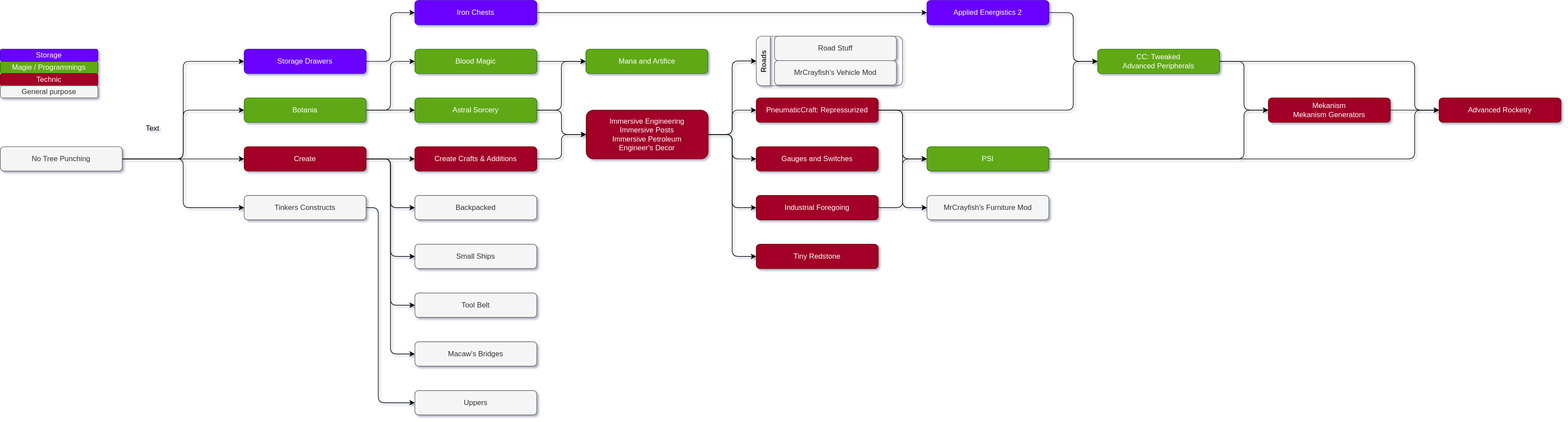
Above: Progressionline.svg in Argon42043/Fabricage (draw.io), before the change. Source tidied: cells renumbered, new cells last; positions are measured from the earlier drawing's top-left corner, leaving out a move shared by most shapes.
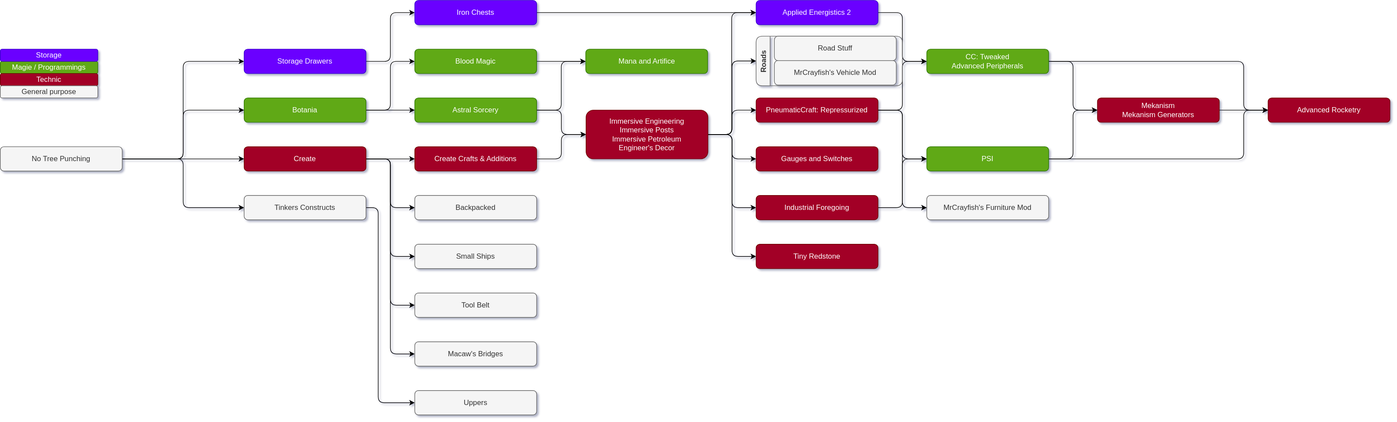
After the change.

Diff of the diagram source:
```diff
@@ -8,22 +8,22 @@
     <mxCell id="3" style="edgeStyle=orthogonalEdgeStyle;jettySize=auto;html=1;exitX=1;exitY=0.5;exitDx=0;exitDy=0;entryX=0;entryY=0.5;entryDx=0;entryDy=0;fontFamily=Helvetica;" parent="1" edge="1" source="4" target="5">
       <mxGeometry relative="1" as="geometry">
         <Array as="points">
-          <mxPoint x="2320" y="100" />
-          <mxPoint x="2320" y="180" />
+          <mxPoint x="2040" y="100" />
+          <mxPoint x="2040" y="180" />
         </Array>
       </mxGeometry>
     </mxCell>
     <mxCell id="4" value="CC: Tweaked&lt;br&gt;Advanced Peripherals" style="whiteSpace=wrap;html=1;fontFamily=Helvetica;fillColor=#60a917;strokeColor=#2D7600;fontColor=#ffffff;rounded=1;" parent="1" vertex="1">
-      <mxGeometry x="1800" y="80" width="200" height="40" as="geometry" />
+      <mxGeometry x="1520" y="80" width="200" height="40" as="geometry" />
     </mxCell>
     <mxCell id="5" value="Advanced Rocketry" style="whiteSpace=wrap;html=1;fontFamily=Helvetica;fillColor=#a20025;strokeColor=#6F0000;fontColor=#ffffff;rounded=1;" parent="1" vertex="1">
-      <mxGeometry x="2360" y="160" width="200" height="40" as="geometry" />
+      <mxGeometry x="2080" y="160" width="200" height="40" as="geometry" />
     </mxCell>
     <mxCell id="6" style="edgeStyle=orthogonalEdgeStyle;jettySize=auto;html=1;exitX=1;exitY=0.5;exitDx=0;exitDy=0;entryX=0;entryY=0.5;entryDx=0;entryDy=0;fontFamily=Helvetica;" parent="1" edge="1" source="7" target="4">
       <mxGeometry relative="1" as="geometry" />
     </mxCell>
     <mxCell id="7" value="Applied Energistics 2" style="whiteSpace=wrap;html=1;fontFamily=Helvetica;fillColor=#6a00ff;strokeColor=#3700CC;fontColor=#ffffff;rounded=1;" parent="1" vertex="1">
-      <mxGeometry x="1520" width="200" height="40" as="geometry" />
+      <mxGeometry x="1240" width="200" height="40" as="geometry" />
     </mxCell>
     <mxCell id="8" style="edgeStyle=orthogonalEdgeStyle;jettySize=auto;html=1;exitX=1;exitY=0.5;exitDx=0;exitDy=0;entryX=0;entryY=0.5;entryDx=0;entryDy=0;fontFamily=Helvetica;" parent="1" edge="1" source="10" target="29">
       <mxGeometry relative="1" as="geometry" />
@@ -88,6 +88,14 @@
     <mxCell id="28" style="edgeStyle=orthogonalEdgeStyle;jettySize=auto;html=1;exitX=1;exitY=0.5;exitDx=0;exitDy=0;entryX=0;entryY=0.5;entryDx=0;entryDy=0;" parent="1" edge="1" source="29" target="63">
       <mxGeometry relative="1" as="geometry" />
     </mxCell>
+    <mxCell id="69" style="edgeStyle=orthogonalEdgeStyle;jettySize=auto;html=1;exitX=1;exitY=0.5;exitDx=0;exitDy=0;entryX=0;entryY=0.5;entryDx=0;entryDy=0;" parent="1" edge="1" source="29" target="7">
+      <mxGeometry relative="1" as="geometry">
+        <Array as="points">
+          <mxPoint x="1200" y="220" />
+          <mxPoint x="1200" y="20" />
+        </Array>
+      </mxGeometry>
+    </mxCell>
     <mxCell id="29" value="Immersive Engineering&lt;br&gt;Immersive Posts&lt;br&gt;Immersive Petroleum&lt;br&gt;Engineer's Decor" style="whiteSpace=wrap;html=1;fontFamily=Helvetica;fillColor=#a20025;strokeColor=#6F0000;fontColor=#ffffff;rounded=1;" parent="1" vertex="1">
       <mxGeometry x="961" y="180" width="200" height="80" as="geometry" />
     </mxCell>
@@ -113,7 +121,7 @@
       <mxGeometry relative="1" as="geometry" />
     </mxCell>
     <mxCell id="37" value="Mekanism&lt;br&gt;Mekanism Generators" style="whiteSpace=wrap;html=1;fontFamily=Helvetica;fillColor=#a20025;strokeColor=#6F0000;fontColor=#ffffff;rounded=1;" parent="1" vertex="1">
-      <mxGeometry x="2080" y="160" width="200" height="40" as="geometry" />
+      <mxGeometry x="1800" y="160" width="200" height="40" as="geometry" />
     </mxCell>
     <mxCell id="38" value="MrCrayfish's Furniture Mod" style="whiteSpace=wrap;html=1;fontFamily=Helvetica;fillColor=#f5f5f5;strokeColor=#666666;fontColor=#333333;rounded=1;" parent="1" vertex="1">
       <mxGeometry x="1520" y="320" width="200" height="40" as="geometry" />
@@ -142,8 +150,8 @@
     <mxCell id="46" style="edgeStyle=orthogonalEdgeStyle;jettySize=auto;html=1;exitX=1;exitY=0.5;exitDx=0;exitDy=0;entryX=0;entryY=0.5;entryDx=0;entryDy=0;fontFamily=Helvetica;" parent="1" edge="1" source="47" target="4">
       <mxGeometry relative="1" as="geometry">
         <Array as="points">
-          <mxPoint x="1760" y="180" />
-          <mxPoint x="1760" y="100" />
+          <mxPoint x="1480" y="180" />
+          <mxPoint x="1480" y="100" />
         </Array>
       </mxGeometry>
     </mxCell>
@@ -153,16 +161,16 @@
     <mxCell id="48" style="edgeStyle=orthogonalEdgeStyle;jettySize=auto;html=1;exitX=1;exitY=0.5;exitDx=0;exitDy=0;entryX=0;entryY=0.5;entryDx=0;entryDy=0;fontFamily=Helvetica;" parent="1" edge="1" source="50" target="37">
       <mxGeometry relative="1" as="geometry">
         <Array as="points">
-          <mxPoint x="2040" y="260" />
-          <mxPoint x="2040" y="180" />
+          <mxPoint x="1760" y="260" />
+          <mxPoint x="1760" y="180" />
         </Array>
       </mxGeometry>
     </mxCell>
     <mxCell id="49" style="edgeStyle=orthogonalEdgeStyle;jettySize=auto;html=1;exitX=1;exitY=0.5;exitDx=0;exitDy=0;entryX=0;entryY=0.5;entryDx=0;entryDy=0;fontFamily=Helvetica;" parent="1" edge="1" source="50" target="5">
       <mxGeometry relative="1" as="geometry">
         <Array as="points">
-          <mxPoint x="2320" y="260" />
-          <mxPoint x="2320" y="180" />
+          <mxPoint x="2040" y="260" />
+          <mxPoint x="2040" y="180" />
         </Array>
       </mxGeometry>
     </mxCell>
@@ -219,9 +227,6 @@
     <mxCell id="65" value="Storage" style="text;html=1;strokeColor=#3700CC;fillColor=#6a00ff;align=center;verticalAlign=middle;whiteSpace=wrap;fontColor=#ffffff;strokeWidth=1;rounded=1;" parent="1" vertex="1">
       <mxGeometry y="80" width="160" height="20" as="geometry" />
     </mxCell>
-    <mxCell id="66" value="Text" style="text;html=1;strokeColor=none;fillColor=none;align=center;verticalAlign=middle;whiteSpace=wrap;rounded=1;" parent="1" vertex="1">
-      <mxGeometry x="230" y="200" width="40" height="20" as="geometry" />
-    </mxCell>
     <mxCell id="67" value="Technic" style="text;html=1;strokeColor=#6F0000;fillColor=#a20025;align=center;verticalAlign=middle;whiteSpace=wrap;fontColor=#ffffff;rounded=1;" parent="1" vertex="1">
       <mxGeometry y="120" width="160" height="20" as="geometry" />
     </mxCell>
```
